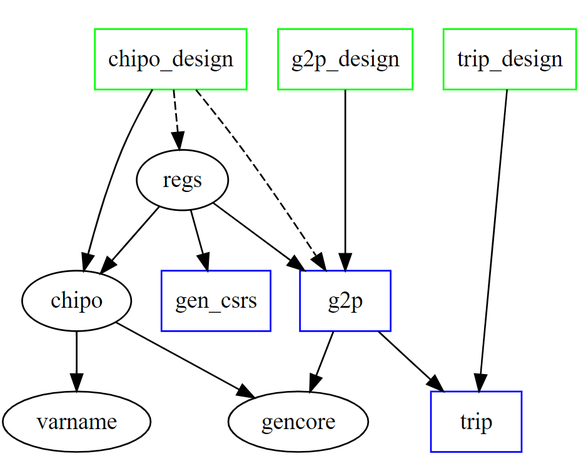
Above: doc/use_relationships.png in miguel-guerrero/slingshot (Graphviz), before the change. Its source is kept beside it as doc/use_relationships.dot. The source it was exported from:
```dot
digraph use_relationships {

  { rank=same chipo_design g2p_design trip_design }

  g2p -> gencore;
  chipo -> gencore;
  chipo -> varname;
  regs -> chipo;
  g2p, trip_design -> trip;
  regs -> gen_csrs

  chipo_design -> chipo;
  chipo_design -> regs, g2p [style=dashed];
  g2p_design -> g2p;
  regs -> g2p;

  g2p, trip, gen_csrs [shape=rectangle, color=blue];

  chipo_design, g2p_design, trip_design [shape=rectangle, color=green];

}
```
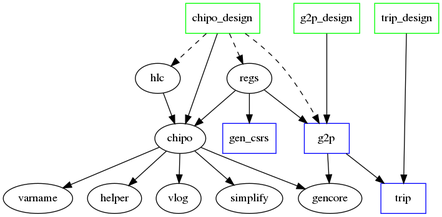
Later version of the same file.

Change to the diagram source:
```diff
@@ -5,12 +5,16 @@
   g2p -> gencore;
   chipo -> gencore;
   chipo -> varname;
+  chipo -> helper;
+  chipo -> vlog;
   regs -> chipo;
+  hlc -> chipo;
   g2p, trip_design -> trip;
   regs -> gen_csrs
+  chipo -> simplify
 
   chipo_design -> chipo;
-  chipo_design -> regs, g2p [style=dashed];
+  chipo_design -> regs, hlc, g2p [style=dashed];
   g2p_design -> g2p;
   regs -> g2p;
 
```
